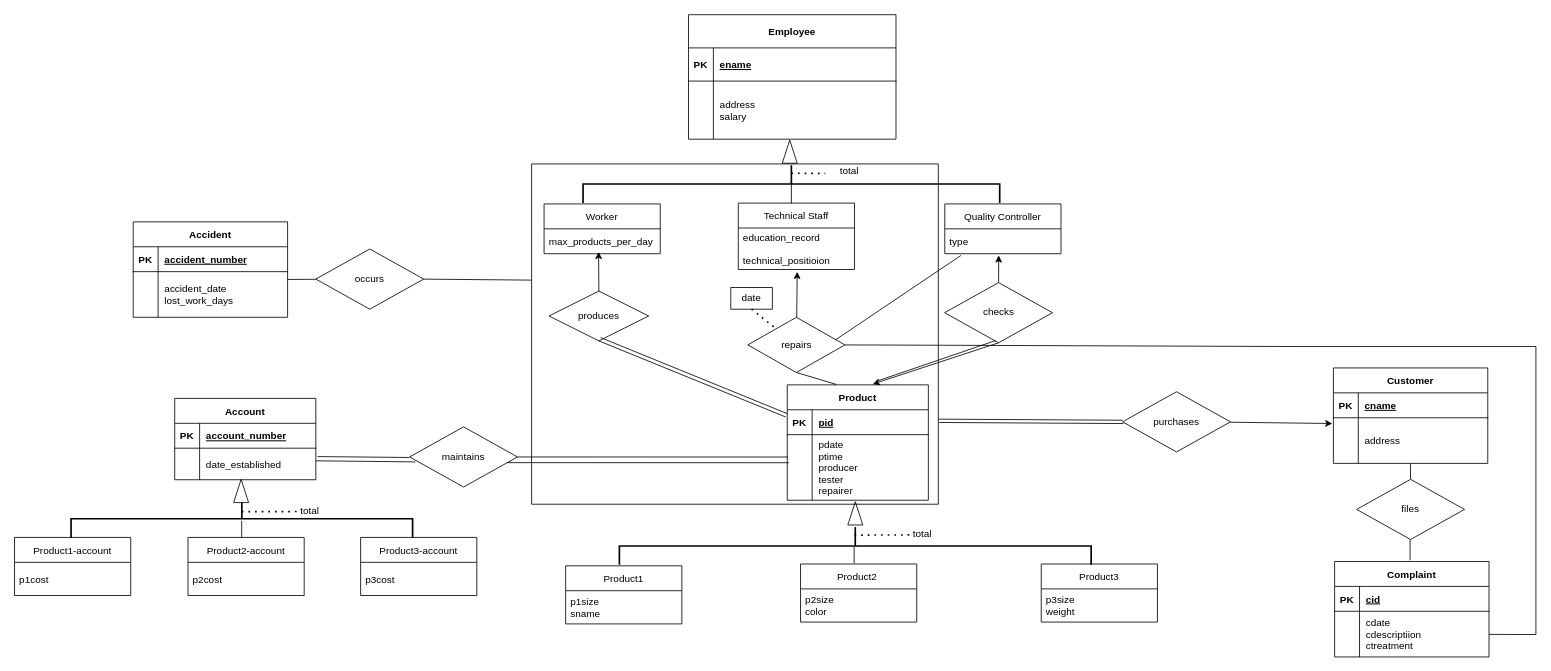
The draw.io diagram Untitled Diagram.drawio in starrycode/ER-Diagrams, before the edit. Source tidied: cells renumbered, new cells numbered last; positions are measured from the earlier drawing's top-left corner, leaving out a move shared by most shapes. Both pictures are drawn from the tidied source at 83%, with x=0, y=0 at pixel (14, -25).
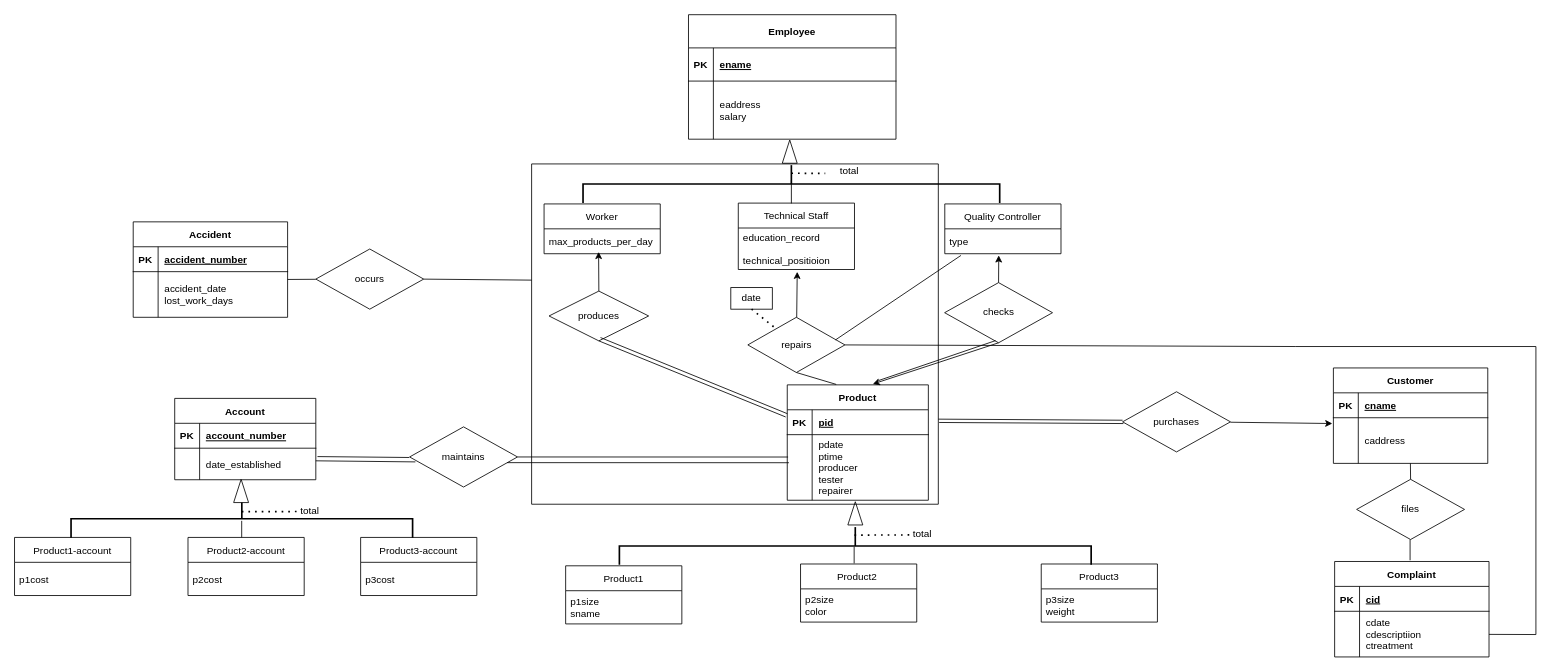
After the change.

Unchanged cells that the change refers to:
```xml
<mxCell id="13" style="shape=partialRectangle;fillColor=none;points=[[0,0.5],[1,0.5]];portConstraint=eastwest;top=0;left=0;right=0;bottom=0;" parent="9" vertex="1">
  <mxGeometry y="60" width="186" height="55" as="geometry" />
</mxCell>
<mxCell id="20" style="shape=partialRectangle;fillColor=none;top=0;left=0;right=0;bottom=0;" parent="16" vertex="1">
  <mxGeometry y="80" width="250" height="70" as="geometry" />
</mxCell>
```

Diff of the diagram source:
```diff
@@
-    <mxCell id="15" value="address" style="shape=partialRectangle;overflow=hidden;fillColor=none;top=0;left=0;bottom=0;right=0;align=left;spacingLeft=6;" parent="13" vertex="1">
+    <mxCell id="15" value="caddress" style="shape=partialRectangle;overflow=hidden;fillColor=none;top=0;left=0;bottom=0;right=0;align=left;spacingLeft=6;" parent="13" vertex="1">
       <mxGeometry x="30" width="156" height="55" as="geometry" />
     </mxCell>
@@
-    <mxCell id="22" value="address&#10;salary" style="shape=partialRectangle;overflow=hidden;fillColor=none;top=0;left=0;bottom=0;right=0;align=left;spacingLeft=6;" parent="20" vertex="1">
+    <mxCell id="22" value="eaddress&#10;salary" style="shape=partialRectangle;overflow=hidden;fillColor=none;top=0;left=0;bottom=0;right=0;align=left;spacingLeft=6;" parent="20" vertex="1">
       <mxGeometry x="30" width="220" height="70" as="geometry" />
     </mxCell>
```
